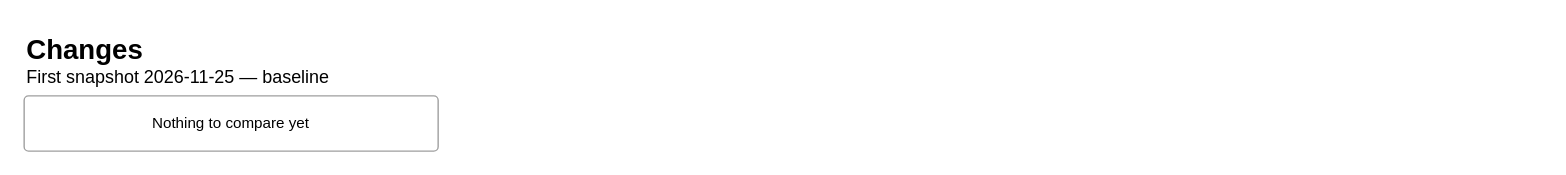
Earlier version of the draw.io diagram diagrams/5-changes.drawio (musaxasmammedov7/infrastructure). Source tidied: cells renumbered, new cells numbered last; positions are measured from the earlier drawing's top-left corner, leaving out a move shared by most shapes. Both pictures are drawn from the tidied source at 138%, with x=0, y=0 at pixel (23, 23).
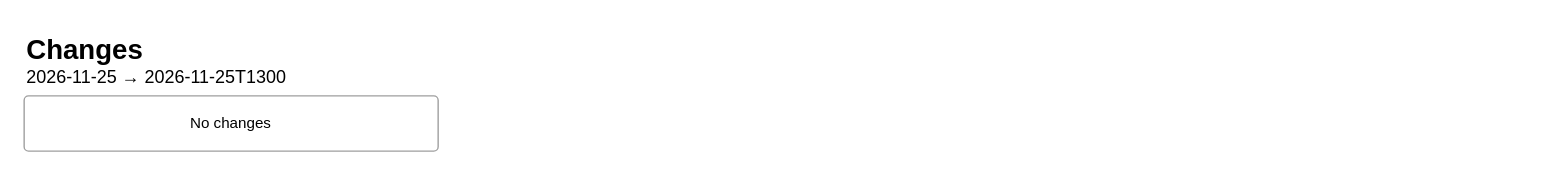
The same diagram, later.

The edit, as a diff of the source:
```diff
@@
 <mxGraphModel>
   <root>
     <mxCell id="0" />
     <mxCell id="1" parent="0" />
-    <mxCell id="2" value="&lt;b style='font-size:20px'&gt;Changes&lt;/b&gt;&lt;br&gt;First snapshot 2026-11-25 — baseline" style="text;html=1;whiteSpace=wrap;align=left;verticalAlign=top;fontSize=13;spacing=2;" parent="1" vertex="1">
+    <mxCell id="2" value="&lt;b style='font-size:20px'&gt;Changes&lt;/b&gt;&lt;br&gt;2026-11-25 → 2026-11-25T1300" style="text;html=1;whiteSpace=wrap;align=left;verticalAlign=top;fontSize=13;spacing=2;" parent="1" vertex="1">
       <mxGeometry width="1100" height="42" as="geometry" />
     </mxCell>
     <mxCell id="3" style="text;html=1;fillColor=none;strokeColor=none;" parent="1" vertex="1">
       <mxGeometry y="52" width="300" height="40" as="geometry" />
     </mxCell>
-    <mxCell id="4" value="Nothing to compare yet" style="rounded=1;arcSize=8;whiteSpace=wrap;html=1;fillColor=#FFFFFF;strokeColor=#9E9E9E;strokeWidth=1;fontSize=11;align=center;verticalAlign=middle;spacing=4;" parent="3" vertex="1">
+    <mxCell id="4" value="No changes" style="rounded=1;arcSize=8;whiteSpace=wrap;html=1;fillColor=#FFFFFF;strokeColor=#9E9E9E;strokeWidth=1;fontSize=11;align=center;verticalAlign=middle;spacing=4;" parent="3" vertex="1">
       <mxGeometry width="300" height="40" as="geometry" />
     </mxCell>
   </root>
 </mxGraphModel>
```
